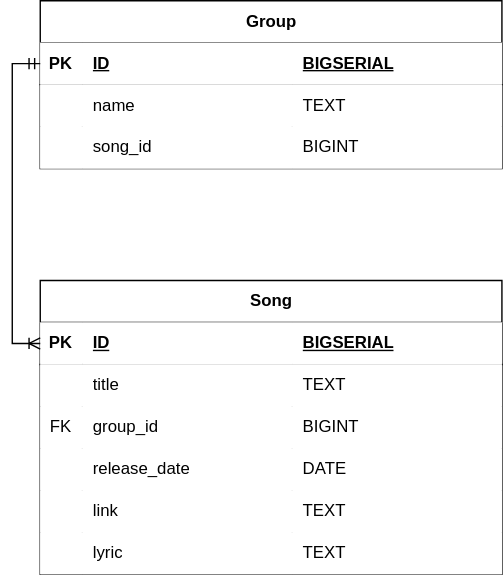
Before: images/db_songs.svg, a diagram exported from draw.io (Saljaev/songs). Source tidied: cells renumbered, new cells last; positions are measured from the earlier drawing's top-left corner, leaving out a move shared by most shapes.
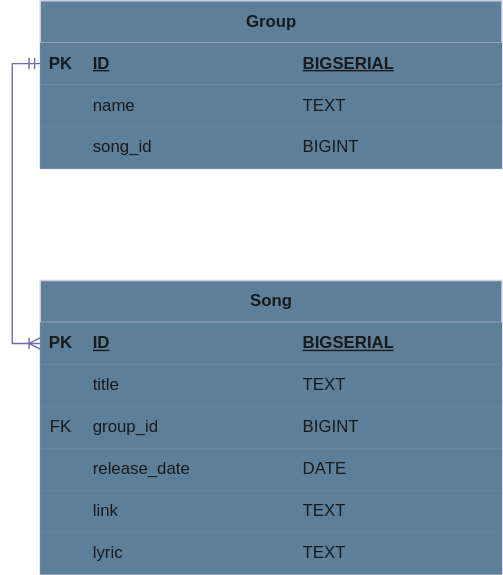
Above is the later version.

Change to the diagram source:
```diff
@@ -1,122 +1,122 @@
-<mxGraphModel>
+<mxGraphModel background="#ffffff">
   <root>
     <mxCell id="0" />
     <mxCell id="1" parent="0" />
-    <mxCell id="2" value="Group" style="shape=table;startSize=30;rowLines=0;fontStyle=1;align=center;html=1;" parent="1" vertex="1">
+    <mxCell id="2" value="Group" style="shape=table;startSize=30;rowLines=0;fontStyle=1;align=center;html=1;labelBackgroundColor=none;fillColor=#5D7F99;strokeColor=#D0CEE2;fontColor=#1A1A1A;" parent="1" vertex="1">
       <mxGeometry width="330" height="120" as="geometry" />
     </mxCell>
-    <mxCell id="3" style="shape=tableRow;horizontal=0;startSize=0;swimlaneHead=0;swimlaneBody=0;points=[[0,0.5],[1,0.5]];portConstraint=eastwest;top=0;left=0;right=0;bottom=1;" parent="2" vertex="1">
+    <mxCell id="3" style="shape=tableRow;horizontal=0;startSize=0;swimlaneHead=0;swimlaneBody=0;points=[[0,0.5],[1,0.5]];portConstraint=eastwest;top=0;left=0;right=0;bottom=1;labelBackgroundColor=none;fillColor=#5D7F99;strokeColor=#D0CEE2;fontColor=#1A1A1A;" parent="2" vertex="1">
       <mxGeometry y="30" width="330" height="30" as="geometry" />
     </mxCell>
-    <mxCell id="4" value="PK" style="shape=partialRectangle;top=0;left=0;bottom=0;right=0;fontStyle=1;overflow=hidden;whiteSpace=wrap;html=1;" parent="3" vertex="1">
+    <mxCell id="4" value="PK" style="shape=partialRectangle;top=0;left=0;bottom=0;right=0;fontStyle=1;overflow=hidden;whiteSpace=wrap;html=1;labelBackgroundColor=none;fillColor=#5D7F99;strokeColor=#D0CEE2;fontColor=#1A1A1A;" parent="3" vertex="1">
       <mxGeometry width="30" height="30" as="geometry" />
     </mxCell>
-    <mxCell id="5" value="ID" style="shape=partialRectangle;top=0;left=0;bottom=0;right=0;align=left;spacingLeft=6;fontStyle=5;overflow=hidden;whiteSpace=wrap;html=1;" parent="3" vertex="1">
+    <mxCell id="5" value="ID" style="shape=partialRectangle;top=0;left=0;bottom=0;right=0;align=left;spacingLeft=6;fontStyle=5;overflow=hidden;whiteSpace=wrap;html=1;labelBackgroundColor=none;fillColor=#5D7F99;strokeColor=#D0CEE2;fontColor=#1A1A1A;" parent="3" vertex="1">
       <mxGeometry x="30" width="150" height="30" as="geometry" />
     </mxCell>
-    <mxCell id="6" value="BIGSERIAL" style="shape=partialRectangle;top=0;left=0;bottom=0;right=0;align=left;spacingLeft=6;fontStyle=5;overflow=hidden;whiteSpace=wrap;html=1;" parent="3" vertex="1">
+    <mxCell id="6" value="BIGSERIAL" style="shape=partialRectangle;top=0;left=0;bottom=0;right=0;align=left;spacingLeft=6;fontStyle=5;overflow=hidden;whiteSpace=wrap;html=1;labelBackgroundColor=none;fillColor=#5D7F99;strokeColor=#D0CEE2;fontColor=#1A1A1A;" parent="3" vertex="1">
       <mxGeometry x="180" width="150" height="30" as="geometry" />
     </mxCell>
-    <mxCell id="7" style="shape=tableRow;horizontal=0;startSize=0;swimlaneHead=0;swimlaneBody=0;top=0;left=0;right=0;bottom=0;" parent="2" vertex="1">
+    <mxCell id="7" style="shape=tableRow;horizontal=0;startSize=0;swimlaneHead=0;swimlaneBody=0;top=0;left=0;right=0;bottom=0;labelBackgroundColor=none;fillColor=#5D7F99;strokeColor=#D0CEE2;fontColor=#1A1A1A;" parent="2" vertex="1">
       <mxGeometry y="60" width="330" height="30" as="geometry" />
     </mxCell>
-    <mxCell id="8" style="shape=partialRectangle;top=0;left=0;bottom=0;right=0;overflow=hidden;whiteSpace=wrap;html=1;" parent="7" vertex="1">
+    <mxCell id="8" style="shape=partialRectangle;top=0;left=0;bottom=0;right=0;overflow=hidden;whiteSpace=wrap;html=1;labelBackgroundColor=none;fillColor=#5D7F99;strokeColor=#D0CEE2;fontColor=#1A1A1A;" parent="7" vertex="1">
       <mxGeometry width="30" height="30" as="geometry" />
     </mxCell>
-    <mxCell id="9" value="name" style="shape=partialRectangle;top=0;left=0;bottom=0;right=0;align=left;spacingLeft=6;overflow=hidden;whiteSpace=wrap;html=1;" parent="7" vertex="1">
+    <mxCell id="9" value="name" style="shape=partialRectangle;top=0;left=0;bottom=0;right=0;align=left;spacingLeft=6;overflow=hidden;whiteSpace=wrap;html=1;labelBackgroundColor=none;fillColor=#5D7F99;strokeColor=#D0CEE2;fontColor=#1A1A1A;" parent="7" vertex="1">
       <mxGeometry x="30" width="150" height="30" as="geometry" />
     </mxCell>
-    <mxCell id="10" value="TEXT" style="shape=partialRectangle;top=0;left=0;bottom=0;right=0;align=left;spacingLeft=6;overflow=hidden;whiteSpace=wrap;html=1;" parent="7" vertex="1">
+    <mxCell id="10" value="TEXT" style="shape=partialRectangle;top=0;left=0;bottom=0;right=0;align=left;spacingLeft=6;overflow=hidden;whiteSpace=wrap;html=1;labelBackgroundColor=none;fillColor=#5D7F99;strokeColor=#D0CEE2;fontColor=#1A1A1A;" parent="7" vertex="1">
       <mxGeometry x="180" width="150" height="30" as="geometry" />
     </mxCell>
-    <mxCell id="11" style="shape=tableRow;horizontal=0;startSize=0;swimlaneHead=0;swimlaneBody=0;top=0;left=0;right=0;bottom=0;" parent="2" vertex="1">
+    <mxCell id="11" style="shape=tableRow;horizontal=0;startSize=0;swimlaneHead=0;swimlaneBody=0;top=0;left=0;right=0;bottom=0;labelBackgroundColor=none;fillColor=#5D7F99;strokeColor=#D0CEE2;fontColor=#1A1A1A;" parent="2" vertex="1">
       <mxGeometry y="90" width="330" height="30" as="geometry" />
     </mxCell>
-    <mxCell id="12" style="shape=partialRectangle;top=0;left=0;bottom=0;right=0;overflow=hidden;whiteSpace=wrap;html=1;" parent="11" vertex="1">
+    <mxCell id="12" style="shape=partialRectangle;top=0;left=0;bottom=0;right=0;overflow=hidden;whiteSpace=wrap;html=1;labelBackgroundColor=none;fillColor=#5D7F99;strokeColor=#D0CEE2;fontColor=#1A1A1A;" parent="11" vertex="1">
       <mxGeometry width="30" height="30" as="geometry" />
     </mxCell>
-    <mxCell id="13" value="song_id" style="shape=partialRectangle;top=0;left=0;bottom=0;right=0;align=left;spacingLeft=6;overflow=hidden;whiteSpace=wrap;html=1;" parent="11" vertex="1">
+    <mxCell id="13" value="song_id" style="shape=partialRectangle;top=0;left=0;bottom=0;right=0;align=left;spacingLeft=6;overflow=hidden;whiteSpace=wrap;html=1;labelBackgroundColor=none;fillColor=#5D7F99;strokeColor=#D0CEE2;fontColor=#1A1A1A;" parent="11" vertex="1">
       <mxGeometry x="30" width="150" height="30" as="geometry" />
     </mxCell>
-    <mxCell id="14" value="BIGINT" style="shape=partialRectangle;top=0;left=0;bottom=0;right=0;align=left;spacingLeft=6;overflow=hidden;whiteSpace=wrap;html=1;" parent="11" vertex="1">
+    <mxCell id="14" value="BIGINT" style="shape=partialRectangle;top=0;left=0;bottom=0;right=0;align=left;spacingLeft=6;overflow=hidden;whiteSpace=wrap;html=1;labelBackgroundColor=none;fillColor=#5D7F99;strokeColor=#D0CEE2;fontColor=#1A1A1A;" parent="11" vertex="1">
       <mxGeometry x="180" width="150" height="30" as="geometry" />
     </mxCell>
-    <mxCell id="15" value="Song" style="shape=table;startSize=30;rowLines=0;fontStyle=1;align=center;html=1;" parent="1" vertex="1">
+    <mxCell id="15" value="Song" style="shape=table;startSize=30;rowLines=0;fontStyle=1;align=center;html=1;labelBackgroundColor=none;fillColor=#5D7F99;strokeColor=#D0CEE2;fontColor=#1A1A1A;" parent="1" vertex="1">
       <mxGeometry y="200" width="330" height="210" as="geometry" />
     </mxCell>
-    <mxCell id="16" style="shape=tableRow;horizontal=0;startSize=0;swimlaneHead=0;swimlaneBody=0;points=[[0,0.5],[1,0.5]];portConstraint=eastwest;top=0;left=0;right=0;bottom=1;" parent="15" vertex="1">
+    <mxCell id="16" style="shape=tableRow;horizontal=0;startSize=0;swimlaneHead=0;swimlaneBody=0;points=[[0,0.5],[1,0.5]];portConstraint=eastwest;top=0;left=0;right=0;bottom=1;labelBackgroundColor=none;fillColor=#5D7F99;strokeColor=#D0CEE2;fontColor=#1A1A1A;" parent="15" vertex="1">
       <mxGeometry y="30" width="330" height="30" as="geometry" />
     </mxCell>
-    <mxCell id="17" value="PK" style="shape=partialRectangle;top=0;left=0;bottom=0;right=0;fontStyle=1;overflow=hidden;whiteSpace=wrap;html=1;" parent="16" vertex="1">
+    <mxCell id="17" value="PK" style="shape=partialRectangle;top=0;left=0;bottom=0;right=0;fontStyle=1;overflow=hidden;whiteSpace=wrap;html=1;labelBackgroundColor=none;fillColor=#5D7F99;strokeColor=#D0CEE2;fontColor=#1A1A1A;" parent="16" vertex="1">
       <mxGeometry width="30" height="30" as="geometry" />
     </mxCell>
-    <mxCell id="18" value="ID" style="shape=partialRectangle;top=0;left=0;bottom=0;right=0;align=left;spacingLeft=6;fontStyle=5;overflow=hidden;whiteSpace=wrap;html=1;" parent="16" vertex="1">
+    <mxCell id="18" value="ID" style="shape=partialRectangle;top=0;left=0;bottom=0;right=0;align=left;spacingLeft=6;fontStyle=5;overflow=hidden;whiteSpace=wrap;html=1;labelBackgroundColor=none;fillColor=#5D7F99;strokeColor=#D0CEE2;fontColor=#1A1A1A;" parent="16" vertex="1">
       <mxGeometry x="30" width="150" height="30" as="geometry" />
     </mxCell>
-    <mxCell id="19" value="BIGSERIAL" style="shape=partialRectangle;top=0;left=0;bottom=0;right=0;align=left;spacingLeft=6;fontStyle=5;overflow=hidden;whiteSpace=wrap;html=1;" parent="16" vertex="1">
+    <mxCell id="19" value="BIGSERIAL" style="shape=partialRectangle;top=0;left=0;bottom=0;right=0;align=left;spacingLeft=6;fontStyle=5;overflow=hidden;whiteSpace=wrap;html=1;labelBackgroundColor=none;fillColor=#5D7F99;strokeColor=#D0CEE2;fontColor=#1A1A1A;" parent="16" vertex="1">
       <mxGeometry x="180" width="150" height="30" as="geometry" />
     </mxCell>
-    <mxCell id="20" style="shape=tableRow;horizontal=0;startSize=0;swimlaneHead=0;swimlaneBody=0;top=0;left=0;right=0;bottom=0;" parent="15" vertex="1">
+    <mxCell id="20" style="shape=tableRow;horizontal=0;startSize=0;swimlaneHead=0;swimlaneBody=0;top=0;left=0;right=0;bottom=0;labelBackgroundColor=none;fillColor=#5D7F99;strokeColor=#D0CEE2;fontColor=#1A1A1A;" parent="15" vertex="1">
       <mxGeometry y="60" width="330" height="30" as="geometry" />
     </mxCell>
-    <mxCell id="21" style="shape=partialRectangle;top=0;left=0;bottom=0;right=0;overflow=hidden;whiteSpace=wrap;html=1;" parent="20" vertex="1">
+    <mxCell id="21" style="shape=partialRectangle;top=0;left=0;bottom=0;right=0;overflow=hidden;whiteSpace=wrap;html=1;labelBackgroundColor=none;fillColor=#5D7F99;strokeColor=#D0CEE2;fontColor=#1A1A1A;" parent="20" vertex="1">
       <mxGeometry width="30" height="30" as="geometry" />
     </mxCell>
-    <mxCell id="22" value="title" style="shape=partialRectangle;top=0;left=0;bottom=0;right=0;align=left;spacingLeft=6;overflow=hidden;whiteSpace=wrap;html=1;" parent="20" vertex="1">
+    <mxCell id="22" value="title" style="shape=partialRectangle;top=0;left=0;bottom=0;right=0;align=left;spacingLeft=6;overflow=hidden;whiteSpace=wrap;html=1;labelBackgroundColor=none;fillColor=#5D7F99;strokeColor=#D0CEE2;fontColor=#1A1A1A;" parent="20" vertex="1">
       <mxGeometry x="30" width="150" height="30" as="geometry" />
     </mxCell>
-    <mxCell id="23" value="TEXT" style="shape=partialRectangle;top=0;left=0;bottom=0;right=0;align=left;spacingLeft=6;overflow=hidden;whiteSpace=wrap;html=1;" parent="20" vertex="1">
+    <mxCell id="23" value="TEXT" style="shape=partialRectangle;top=0;left=0;bottom=0;right=0;align=left;spacingLeft=6;overflow=hidden;whiteSpace=wrap;html=1;labelBackgroundColor=none;fillColor=#5D7F99;strokeColor=#D0CEE2;fontColor=#1A1A1A;" parent="20" vertex="1">
       <mxGeometry x="180" width="150" height="30" as="geometry" />
     </mxCell>
-    <mxCell id="24" style="shape=tableRow;horizontal=0;startSize=0;swimlaneHead=0;swimlaneBody=0;top=0;left=0;right=0;bottom=0;" parent="15" vertex="1">
+    <mxCell id="24" style="shape=tableRow;horizontal=0;startSize=0;swimlaneHead=0;swimlaneBody=0;top=0;left=0;right=0;bottom=0;labelBackgroundColor=none;fillColor=#5D7F99;strokeColor=#D0CEE2;fontColor=#1A1A1A;" parent="15" vertex="1">
       <mxGeometry y="90" width="330" height="30" as="geometry" />
     </mxCell>
-    <mxCell id="25" value="FK" style="shape=partialRectangle;top=0;left=0;bottom=0;right=0;overflow=hidden;whiteSpace=wrap;html=1;" parent="24" vertex="1">
+    <mxCell id="25" value="FK" style="shape=partialRectangle;top=0;left=0;bottom=0;right=0;overflow=hidden;whiteSpace=wrap;html=1;labelBackgroundColor=none;fillColor=#5D7F99;strokeColor=#D0CEE2;fontColor=#1A1A1A;" parent="24" vertex="1">
       <mxGeometry width="30" height="30" as="geometry" />
     </mxCell>
-    <mxCell id="26" value="group_id" style="shape=partialRectangle;top=0;left=0;bottom=0;right=0;align=left;spacingLeft=6;overflow=hidden;whiteSpace=wrap;html=1;" parent="24" vertex="1">
+    <mxCell id="26" value="group_id" style="shape=partialRectangle;top=0;left=0;bottom=0;right=0;align=left;spacingLeft=6;overflow=hidden;whiteSpace=wrap;html=1;labelBackgroundColor=none;fillColor=#5D7F99;strokeColor=#D0CEE2;fontColor=#1A1A1A;" parent="24" vertex="1">
       <mxGeometry x="30" width="150" height="30" as="geometry" />
     </mxCell>
-    <mxCell id="27" value="BIGINT" style="shape=partialRectangle;top=0;left=0;bottom=0;right=0;align=left;spacingLeft=6;overflow=hidden;whiteSpace=wrap;html=1;" parent="24" vertex="1">
+    <mxCell id="27" value="BIGINT" style="shape=partialRectangle;top=0;left=0;bottom=0;right=0;align=left;spacingLeft=6;overflow=hidden;whiteSpace=wrap;html=1;labelBackgroundColor=none;fillColor=#5D7F99;strokeColor=#D0CEE2;fontColor=#1A1A1A;" parent="24" vertex="1">
       <mxGeometry x="180" width="150" height="30" as="geometry" />
     </mxCell>
-    <mxCell id="28" style="shape=tableRow;horizontal=0;startSize=0;swimlaneHead=0;swimlaneBody=0;top=0;left=0;right=0;bottom=0;" parent="15" vertex="1">
+    <mxCell id="28" style="shape=tableRow;horizontal=0;startSize=0;swimlaneHead=0;swimlaneBody=0;top=0;left=0;right=0;bottom=0;labelBackgroundColor=none;fillColor=#5D7F99;strokeColor=#D0CEE2;fontColor=#1A1A1A;" parent="15" vertex="1">
       <mxGeometry y="120" width="330" height="30" as="geometry" />
     </mxCell>
-    <mxCell id="29" style="shape=partialRectangle;top=0;left=0;bottom=0;right=0;overflow=hidden;whiteSpace=wrap;html=1;" parent="28" vertex="1">
+    <mxCell id="29" style="shape=partialRectangle;top=0;left=0;bottom=0;right=0;overflow=hidden;whiteSpace=wrap;html=1;labelBackgroundColor=none;fillColor=#5D7F99;strokeColor=#D0CEE2;fontColor=#1A1A1A;" parent="28" vertex="1">
       <mxGeometry width="30" height="30" as="geometry" />
     </mxCell>
-    <mxCell id="30" value="release_date" style="shape=partialRectangle;top=0;left=0;bottom=0;right=0;align=left;spacingLeft=6;overflow=hidden;whiteSpace=wrap;html=1;" parent="28" vertex="1">
+    <mxCell id="30" value="release_date" style="shape=partialRectangle;top=0;left=0;bottom=0;right=0;align=left;spacingLeft=6;overflow=hidden;whiteSpace=wrap;html=1;labelBackgroundColor=none;fillColor=#5D7F99;strokeColor=#D0CEE2;fontColor=#1A1A1A;" parent="28" vertex="1">
       <mxGeometry x="30" width="150" height="30" as="geometry" />
     </mxCell>
-    <mxCell id="31" value="DATE" style="shape=partialRectangle;top=0;left=0;bottom=0;right=0;align=left;spacingLeft=6;overflow=hidden;whiteSpace=wrap;html=1;" parent="28" vertex="1">
+    <mxCell id="31" value="DATE" style="shape=partialRectangle;top=0;left=0;bottom=0;right=0;align=left;spacingLeft=6;overflow=hidden;whiteSpace=wrap;html=1;labelBackgroundColor=none;fillColor=#5D7F99;strokeColor=#D0CEE2;fontColor=#1A1A1A;" parent="28" vertex="1">
       <mxGeometry x="180" width="150" height="30" as="geometry" />
     </mxCell>
-    <mxCell id="32" style="shape=tableRow;horizontal=0;startSize=0;swimlaneHead=0;swimlaneBody=0;top=0;left=0;right=0;bottom=0;" parent="15" vertex="1">
+    <mxCell id="32" style="shape=tableRow;horizontal=0;startSize=0;swimlaneHead=0;swimlaneBody=0;top=0;left=0;right=0;bottom=0;labelBackgroundColor=none;fillColor=#5D7F99;strokeColor=#D0CEE2;fontColor=#1A1A1A;" parent="15" vertex="1">
       <mxGeometry y="150" width="330" height="30" as="geometry" />
     </mxCell>
-    <mxCell id="33" style="shape=partialRectangle;top=0;left=0;bottom=0;right=0;overflow=hidden;whiteSpace=wrap;html=1;" parent="32" vertex="1">
+    <mxCell id="33" style="shape=partialRectangle;top=0;left=0;bottom=0;right=0;overflow=hidden;whiteSpace=wrap;html=1;labelBackgroundColor=none;fillColor=#5D7F99;strokeColor=#D0CEE2;fontColor=#1A1A1A;" parent="32" vertex="1">
       <mxGeometry width="30" height="30" as="geometry" />
     </mxCell>
-    <mxCell id="34" value="link" style="shape=partialRectangle;top=0;left=0;bottom=0;right=0;align=left;spacingLeft=6;overflow=hidden;whiteSpace=wrap;html=1;" parent="32" vertex="1">
+    <mxCell id="34" value="link" style="shape=partialRectangle;top=0;left=0;bottom=0;right=0;align=left;spacingLeft=6;overflow=hidden;whiteSpace=wrap;html=1;labelBackgroundColor=none;fillColor=#5D7F99;strokeColor=#D0CEE2;fontColor=#1A1A1A;" parent="32" vertex="1">
       <mxGeometry x="30" width="150" height="30" as="geometry" />
     </mxCell>
-    <mxCell id="35" value="TEXT" style="shape=partialRectangle;top=0;left=0;bottom=0;right=0;align=left;spacingLeft=6;overflow=hidden;whiteSpace=wrap;html=1;" parent="32" vertex="1">
+    <mxCell id="35" value="TEXT" style="shape=partialRectangle;top=0;left=0;bottom=0;right=0;align=left;spacingLeft=6;overflow=hidden;whiteSpace=wrap;html=1;labelBackgroundColor=none;fillColor=#5D7F99;strokeColor=#D0CEE2;fontColor=#1A1A1A;" parent="32" vertex="1">
       <mxGeometry x="180" width="150" height="30" as="geometry" />
     </mxCell>
-    <mxCell id="36" style="shape=tableRow;horizontal=0;startSize=0;swimlaneHead=0;swimlaneBody=0;top=0;left=0;right=0;bottom=0;" parent="15" vertex="1">
+    <mxCell id="36" style="shape=tableRow;horizontal=0;startSize=0;swimlaneHead=0;swimlaneBody=0;top=0;left=0;right=0;bottom=0;labelBackgroundColor=none;fillColor=#5D7F99;strokeColor=#D0CEE2;fontColor=#1A1A1A;" parent="15" vertex="1">
       <mxGeometry y="180" width="330" height="30" as="geometry" />
     </mxCell>
-    <mxCell id="37" style="shape=partialRectangle;top=0;left=0;bottom=0;right=0;overflow=hidden;whiteSpace=wrap;html=1;" parent="36" vertex="1">
+    <mxCell id="37" style="shape=partialRectangle;top=0;left=0;bottom=0;right=0;overflow=hidden;whiteSpace=wrap;html=1;labelBackgroundColor=none;fillColor=#5D7F99;strokeColor=#D0CEE2;fontColor=#1A1A1A;" parent="36" vertex="1">
       <mxGeometry width="30" height="30" as="geometry" />
     </mxCell>
-    <mxCell id="38" value="lyric" style="shape=partialRectangle;top=0;left=0;bottom=0;right=0;align=left;spacingLeft=6;overflow=hidden;whiteSpace=wrap;html=1;" parent="36" vertex="1">
+    <mxCell id="38" value="lyric" style="shape=partialRectangle;top=0;left=0;bottom=0;right=0;align=left;spacingLeft=6;overflow=hidden;whiteSpace=wrap;html=1;labelBackgroundColor=none;fillColor=#5D7F99;strokeColor=#D0CEE2;fontColor=#1A1A1A;" parent="36" vertex="1">
       <mxGeometry x="30" width="150" height="30" as="geometry" />
     </mxCell>
-    <mxCell id="39" value="TEXT" style="shape=partialRectangle;top=0;left=0;bottom=0;right=0;align=left;spacingLeft=6;overflow=hidden;whiteSpace=wrap;html=1;" parent="36" vertex="1">
+    <mxCell id="39" value="TEXT" style="shape=partialRectangle;top=0;left=0;bottom=0;right=0;align=left;spacingLeft=6;overflow=hidden;whiteSpace=wrap;html=1;labelBackgroundColor=none;fillColor=#5D7F99;strokeColor=#D0CEE2;fontColor=#1A1A1A;" parent="36" vertex="1">
       <mxGeometry x="180" width="150" height="30" as="geometry" />
     </mxCell>
-    <mxCell id="40" style="edgeStyle=orthogonalEdgeStyle;rounded=0;jettySize=auto;html=1;exitX=0;exitY=0.5;exitDx=0;exitDy=0;entryX=0;entryY=0.5;entryDx=0;entryDy=0;startArrow=ERmandOne;startFill=0;endArrow=ERoneToMany;endFill=0;fontColor=#ffffff;" parent="1" edge="1" source="3" target="16">
+    <mxCell id="40" style="edgeStyle=orthogonalEdgeStyle;rounded=0;jettySize=auto;html=1;exitX=0;exitY=0.5;exitDx=0;exitDy=0;entryX=0;entryY=0.5;entryDx=0;entryDy=0;startArrow=ERmandOne;startFill=0;endArrow=ERoneToMany;endFill=0;fontColor=default;labelBackgroundColor=none;strokeColor=#736CA8;" parent="1" edge="1" source="3" target="16">
       <mxGeometry relative="1" as="geometry" />
     </mxCell>
   </root>
```
